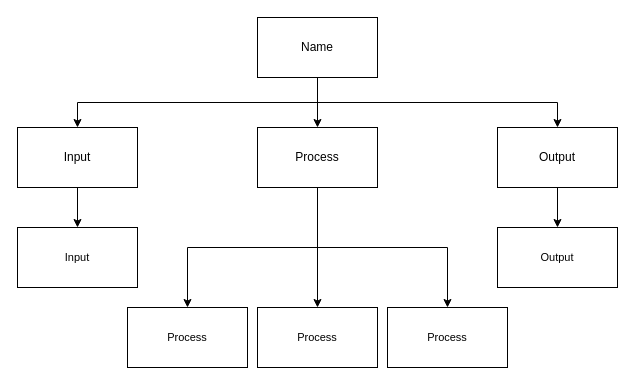
Above: design.drawio in Aleksandr-Ten/ICS3U-Unit4-01-Python (draw.io), before the change. Source tidied: cells renumbered, new cells numbered last; positions are measured from the earlier drawing's top-left corner, leaving out a move shared by most shapes. Both pictures are drawn from the tidied source at 100%, with x=0, y=0 at pixel (17, 17).
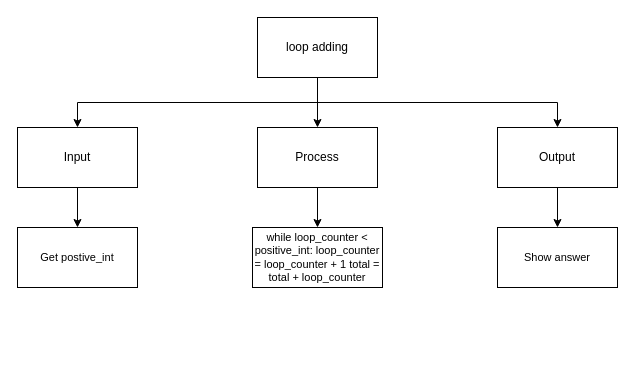
The same diagram, later.

The edit, as a diff of the source:
```diff
@@
 <mxGraphModel>
   <root>
     <mxCell id="0" />
     <mxCell id="1" parent="0" />
     <mxCell id="2" style="edgeStyle=none;html=1;exitX=0.5;exitY=1;exitDx=0;exitDy=0;entryX=0.5;entryY=0;entryDx=0;entryDy=0;" parent="1" edge="1" source="5" target="9">
       <mxGeometry relative="1" as="geometry" />
     </mxCell>
     <mxCell id="3" style="edgeStyle=orthogonalEdgeStyle;html=1;exitX=0.5;exitY=1;exitDx=0;exitDy=0;entryX=0.5;entryY=0;entryDx=0;entryDy=0;rounded=0;" parent="1" edge="1" source="5" target="11">
       <mxGeometry relative="1" as="geometry" />
     </mxCell>
     <mxCell id="4" style="edgeStyle=orthogonalEdgeStyle;shape=connector;rounded=0;html=1;labelBackgroundColor=default;fontFamily=Helvetica;fontSize=11;fontColor=default;endArrow=classic;strokeColor=default;exitX=0.5;exitY=1;exitDx=0;exitDy=0;" parent="1" edge="1" source="5" target="13">
       <mxGeometry relative="1" as="geometry" />
     </mxCell>
-    <mxCell id="5" value="Name" style="rounded=0;whiteSpace=wrap;html=1;" parent="1" vertex="1">
+    <mxCell id="5" value="loop adding" style="rounded=0;whiteSpace=wrap;html=1;" parent="1" vertex="1">
       <mxGeometry x="240" width="120" height="60" as="geometry" />
     </mxCell>
     <mxCell id="6" style="edgeStyle=orthogonalEdgeStyle;shape=connector;rounded=0;html=1;labelBackgroundColor=default;fontFamily=Helvetica;fontSize=11;fontColor=default;endArrow=classic;strokeColor=default;" parent="1" edge="1" source="9" target="16">
       <mxGeometry relative="1" as="geometry" />
     </mxCell>
-    <mxCell id="7" style="edgeStyle=orthogonalEdgeStyle;shape=connector;rounded=0;html=1;exitX=0.5;exitY=1;exitDx=0;exitDy=0;labelBackgroundColor=default;fontFamily=Helvetica;fontSize=11;fontColor=default;endArrow=classic;strokeColor=default;" parent="1" edge="1" source="9" target="15">
-      <mxGeometry relative="1" as="geometry" />
-    </mxCell>
-    <mxCell id="8" style="edgeStyle=orthogonalEdgeStyle;shape=connector;rounded=0;html=1;exitX=0.5;exitY=1;exitDx=0;exitDy=0;labelBackgroundColor=default;fontFamily=Helvetica;fontSize=11;fontColor=default;endArrow=classic;strokeColor=default;" parent="1" edge="1" source="9" target="17">
-      <mxGeometry relative="1" as="geometry" />
-    </mxCell>
     <mxCell id="9" value="Process" style="rounded=0;whiteSpace=wrap;html=1;" parent="1" vertex="1">
       <mxGeometry x="240" y="110" width="120" height="60" as="geometry" />
     </mxCell>
     <mxCell id="10" style="edgeStyle=orthogonalEdgeStyle;shape=connector;rounded=0;html=1;exitX=0.5;exitY=1;exitDx=0;exitDy=0;labelBackgroundColor=default;fontFamily=Helvetica;fontSize=11;fontColor=default;endArrow=classic;strokeColor=default;" parent="1" edge="1" source="11" target="14">
       <mxGeometry relative="1" as="geometry" />
     </mxCell>
     <mxCell id="11" value="Input" style="rounded=0;whiteSpace=wrap;html=1;" parent="1" vertex="1">
       <mxGeometry y="110" width="120" height="60" as="geometry" />
     </mxCell>
     <mxCell id="12" style="edgeStyle=orthogonalEdgeStyle;shape=connector;rounded=0;html=1;labelBackgroundColor=default;fontFamily=Helvetica;fontSize=11;fontColor=default;endArrow=classic;strokeColor=default;" parent="1" edge="1" source="13" target="18">
       <mxGeometry relative="1" as="geometry" />
     </mxCell>
     <mxCell id="13" value="Output" style="rounded=0;whiteSpace=wrap;html=1;" parent="1" vertex="1">
       <mxGeometry x="480" y="110" width="120" height="60" as="geometry" />
     </mxCell>
-    <mxCell id="14" value="Input" style="rounded=0;whiteSpace=wrap;html=1;fontFamily=Helvetica;fontSize=11;fontColor=default;" parent="1" vertex="1">
+    <mxCell id="14" value="Get postive_int" style="rounded=0;whiteSpace=wrap;html=1;fontFamily=Helvetica;fontSize=11;fontColor=default;" parent="1" vertex="1">
       <mxGeometry y="210" width="120" height="60" as="geometry" />
     </mxCell>
-    <mxCell id="15" value="Process" style="rounded=0;whiteSpace=wrap;html=1;fontFamily=Helvetica;fontSize=11;fontColor=default;" parent="1" vertex="1">
-      <mxGeometry x="110" y="290" width="120" height="60" as="geometry" />
-    </mxCell>
-    <mxCell id="16" value="Process" style="rounded=0;whiteSpace=wrap;html=1;fontFamily=Helvetica;fontSize=11;fontColor=default;" parent="1" vertex="1">
-      <mxGeometry x="240" y="290" width="120" height="60" as="geometry" />
+    <mxCell id="16" value="while loop_counter &amp;lt; positive_int: loop_counter = loop_counter + 1 total = total + loop_counter" style="rounded=0;whiteSpace=wrap;html=1;fontFamily=Helvetica;fontSize=11;fontColor=default;" parent="1" vertex="1">
+      <mxGeometry x="235" y="210" width="130" height="60" as="geometry" />
     </mxCell>
-    <mxCell id="17" value="Process" style="rounded=0;whiteSpace=wrap;html=1;fontFamily=Helvetica;fontSize=11;fontColor=default;" parent="1" vertex="1">
-      <mxGeometry x="370" y="290" width="120" height="60" as="geometry" />
-    </mxCell>
-    <mxCell id="18" value="Output" style="rounded=0;whiteSpace=wrap;html=1;fontFamily=Helvetica;fontSize=11;fontColor=default;" parent="1" vertex="1">
+    <mxCell id="18" value="Show answer" style="rounded=0;whiteSpace=wrap;html=1;fontFamily=Helvetica;fontSize=11;fontColor=default;" parent="1" vertex="1">
       <mxGeometry x="480" y="210" width="120" height="60" as="geometry" />
     </mxCell>
   </root>
 </mxGraphModel>
```
